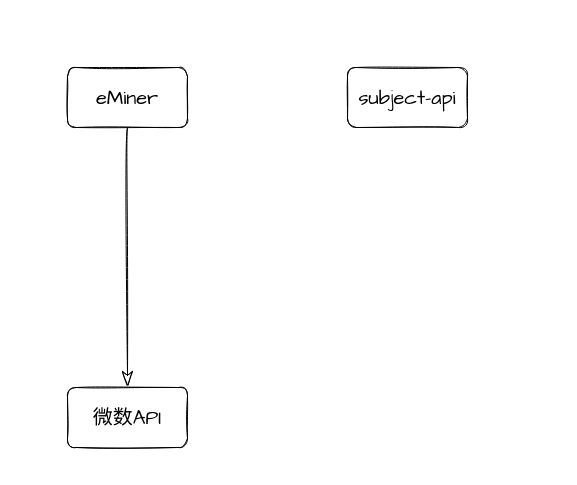
The draw.io diagram 未命名绘图.drawio in YaoKaiPeng/z-my-draw.io, before the edit. Source tidied: cells renumbered, new cells numbered last; positions are measured from the earlier drawing's top-left corner, leaving out a move shared by most shapes. Both pictures are drawn from the tidied source at 100%, with x=0, y=0 at pixel (67, 67).
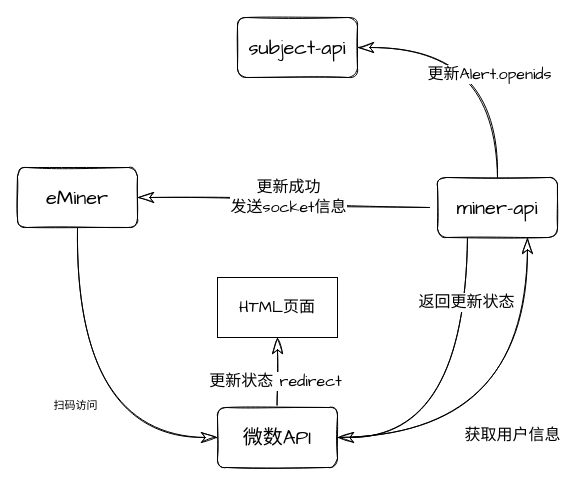
Above is the later version.

Commit message:
更新未命名绘图.drawio

Change to the diagram source:
```diff
@@
 <mxGraphModel>
   <root>
     <mxCell id="0" />
     <mxCell id="1" parent="0" />
-    <mxCell id="2" style="sketch=1;hachureGap=4;jettySize=auto;html=1;exitX=0.5;exitY=1;exitDx=0;exitDy=0;entryX=0.5;entryY=0;entryDx=0;entryDy=0;fontFamily=Architects Daughter;fontSize=16;endArrow=classicThin;startSize=14;endSize=14;sourcePerimeterSpacing=8;targetPerimeterSpacing=8;edgeStyle=orthogonalEdgeStyle;curved=1;startArrow=none;startFill=0;endFill=0;" parent="1" edge="1" source="3" target="5">
+    <mxCell id="2" style="sketch=1;hachureGap=4;jettySize=auto;html=1;exitX=0.5;exitY=1;exitDx=0;exitDy=0;entryX=0;entryY=0.5;entryDx=0;entryDy=0;fontFamily=Architects Daughter;fontSize=16;endArrow=classicThin;startSize=14;endSize=14;sourcePerimeterSpacing=8;targetPerimeterSpacing=8;edgeStyle=orthogonalEdgeStyle;curved=1;startArrow=none;startFill=0;endFill=0;" parent="1" edge="1" source="3" target="5">
       <mxGeometry relative="1" as="geometry" />
     </mxCell>
+    <mxCell id="6" value="扫码访问" style="edgeLabel;html=1;align=center;verticalAlign=middle;" parent="2" vertex="1">
+      <mxGeometry x="0.01" y="-3" relative="1" as="geometry" />
+    </mxCell>
     <mxCell id="3" value="eMiner" style="rounded=1;whiteSpace=wrap;html=1;sketch=1;hachureGap=4;fontFamily=Architects Daughter;fontSize=20;" parent="1" vertex="1">
-      <mxGeometry width="120" height="60" as="geometry" />
+      <mxGeometry x="-50" y="100" width="120" height="60" as="geometry" />
     </mxCell>
     <mxCell id="4" value="subject-api" style="rounded=1;whiteSpace=wrap;html=1;sketch=1;hachureGap=4;fontFamily=Architects Daughter;fontSize=20;" parent="1" vertex="1">
-      <mxGeometry x="280" width="120" height="60" as="geometry" />
+      <mxGeometry x="170" y="-50" width="120" height="60" as="geometry" />
     </mxCell>
+    <mxCell id="7" style="edgeStyle=orthogonalEdgeStyle;rounded=1;jettySize=auto;html=1;exitX=1;exitY=0.5;exitDx=0;exitDy=0;curved=1;endArrow=classicThin;fontSize=16;fontFamily=Architects Daughter;sketch=1;hachureGap=4;startSize=14;endSize=14;sourcePerimeterSpacing=8;targetPerimeterSpacing=8;startArrow=none;startFill=0;endFill=0;entryX=0.75;entryY=1;entryDx=0;entryDy=0;" parent="1" edge="1" source="5" target="16">
+      <mxGeometry relative="1" as="geometry" />
+    </mxCell>
+    <mxCell id="8" value="获取用户信息" style="edgeLabel;html=1;align=center;verticalAlign=middle;fontSize=16;fontFamily=Architects Daughter;fontColor=default;" parent="7" vertex="1">
+      <mxGeometry x="-0.01" y="16" relative="1" as="geometry" />
+    </mxCell>
+    <mxCell id="9" style="edgeStyle=orthogonalEdgeStyle;shape=connector;curved=1;rounded=1;sketch=1;hachureGap=4;jettySize=auto;html=1;exitX=0.5;exitY=0;exitDx=0;exitDy=0;labelBackgroundColor=default;fontFamily=Architects Daughter;fontSize=16;fontColor=default;startArrow=none;startFill=0;endArrow=classicThin;endFill=0;startSize=14;endSize=14;sourcePerimeterSpacing=8;targetPerimeterSpacing=8;strokeColor=default;entryX=0.5;entryY=1;entryDx=0;entryDy=0;" parent="1" edge="1" source="5" target="17">
+      <mxGeometry relative="1" as="geometry" />
+    </mxCell>
+    <mxCell id="10" value="更新状态 redirect" style="edgeLabel;html=1;align=center;verticalAlign=middle;fontSize=16;fontFamily=Architects Daughter;fontColor=default;" parent="9" vertex="1">
+      <mxGeometry x="-0.23" y="3" relative="1" as="geometry" />
+    </mxCell>
     <mxCell id="5" value="微数API" style="rounded=1;whiteSpace=wrap;html=1;sketch=1;hachureGap=4;fontFamily=Architects Daughter;fontSize=20;" parent="1" vertex="1">
-      <mxGeometry y="320" width="120" height="60" as="geometry" />
+      <mxGeometry x="150" y="340" width="120" height="60" as="geometry" />
     </mxCell>
+    <mxCell id="11" style="edgeStyle=orthogonalEdgeStyle;shape=connector;curved=1;rounded=1;sketch=1;hachureGap=4;jettySize=auto;html=1;exitX=0.5;exitY=0;exitDx=0;exitDy=0;entryX=1;entryY=0.5;entryDx=0;entryDy=0;labelBackgroundColor=default;fontFamily=Architects Daughter;fontSize=16;fontColor=default;startArrow=none;startFill=0;endArrow=classicThin;endFill=0;startSize=14;endSize=14;sourcePerimeterSpacing=8;targetPerimeterSpacing=8;strokeColor=default;" parent="1" edge="1" source="16" target="4">
+      <mxGeometry relative="1" as="geometry" />
+    </mxCell>
+    <mxCell id="12" value="更新Alert.openids" style="edgeLabel;html=1;align=center;verticalAlign=middle;fontSize=16;fontFamily=Architects Daughter;fontColor=default;" parent="11" vertex="1">
+      <mxGeometry x="-0.23" y="9" relative="1" as="geometry" />
+    </mxCell>
+    <mxCell id="13" value="更新成功&lt;br&gt;发送socket信息" style="edgeStyle=orthogonalEdgeStyle;shape=connector;curved=1;rounded=1;sketch=1;hachureGap=4;jettySize=auto;html=1;entryX=1;entryY=0.5;entryDx=0;entryDy=0;labelBackgroundColor=default;fontFamily=Architects Daughter;fontSize=16;fontColor=default;startArrow=none;startFill=0;endArrow=classicThin;endFill=0;startSize=14;endSize=14;sourcePerimeterSpacing=8;targetPerimeterSpacing=8;strokeColor=default;" parent="1" edge="1" source="16" target="3">
+      <mxGeometry relative="1" as="geometry" />
+    </mxCell>
+    <mxCell id="14" style="edgeStyle=orthogonalEdgeStyle;shape=connector;curved=1;rounded=1;sketch=1;hachureGap=4;jettySize=auto;html=1;exitX=0.25;exitY=1;exitDx=0;exitDy=0;entryX=1;entryY=0.5;entryDx=0;entryDy=0;labelBackgroundColor=default;fontFamily=Architects Daughter;fontSize=16;fontColor=default;startArrow=none;startFill=0;endArrow=classicThin;endFill=0;startSize=14;endSize=14;sourcePerimeterSpacing=8;targetPerimeterSpacing=8;strokeColor=default;" parent="1" edge="1" source="16" target="5">
+      <mxGeometry relative="1" as="geometry" />
+    </mxCell>
+    <mxCell id="15" value="返回更新状态" style="edgeLabel;html=1;align=center;verticalAlign=middle;fontSize=16;fontFamily=Architects Daughter;fontColor=default;" parent="14" vertex="1">
+      <mxGeometry x="-0.61" y="-2" relative="1" as="geometry" />
+    </mxCell>
+    <mxCell id="16" value="miner-api" style="rounded=1;whiteSpace=wrap;html=1;sketch=1;hachureGap=4;fontFamily=Architects Daughter;fontSize=20;" parent="1" vertex="1">
+      <mxGeometry x="370" y="110" width="120" height="60" as="geometry" />
+    </mxCell>
+    <mxCell id="17" value="HTML页面" style="rounded=0;whiteSpace=wrap;html=1;fontFamily=Architects Daughter;fontSize=16;fontColor=default;" parent="1" vertex="1">
+      <mxGeometry x="150" y="210" width="120" height="60" as="geometry" />
+    </mxCell>
   </root>
 </mxGraphModel>
```
